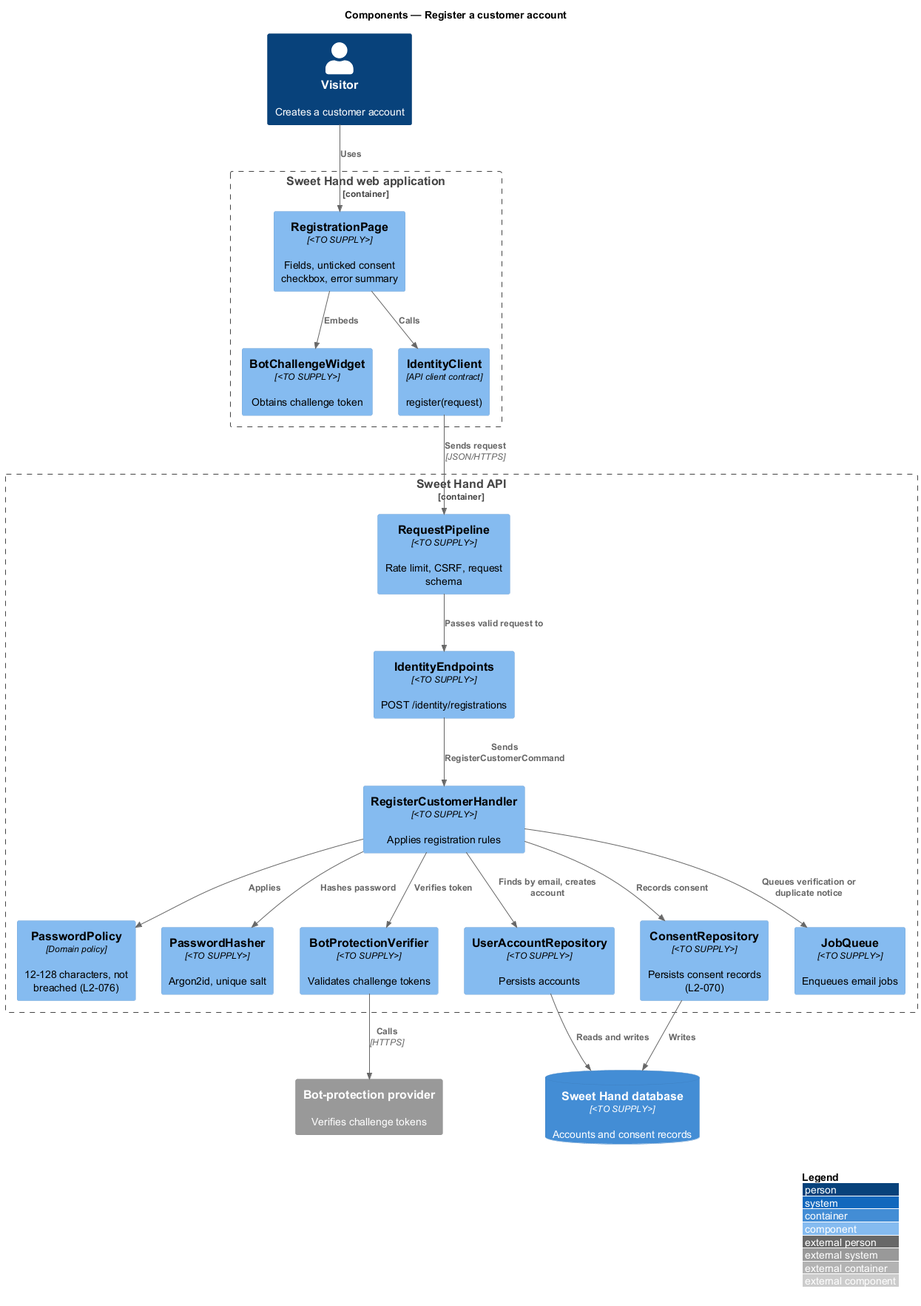
Above: docs/detailed-designs/identity-and-security/register-customer/diagrams/c4-component.png in QuinntyneBrown/sweet-hand (PlantUML), before the change.
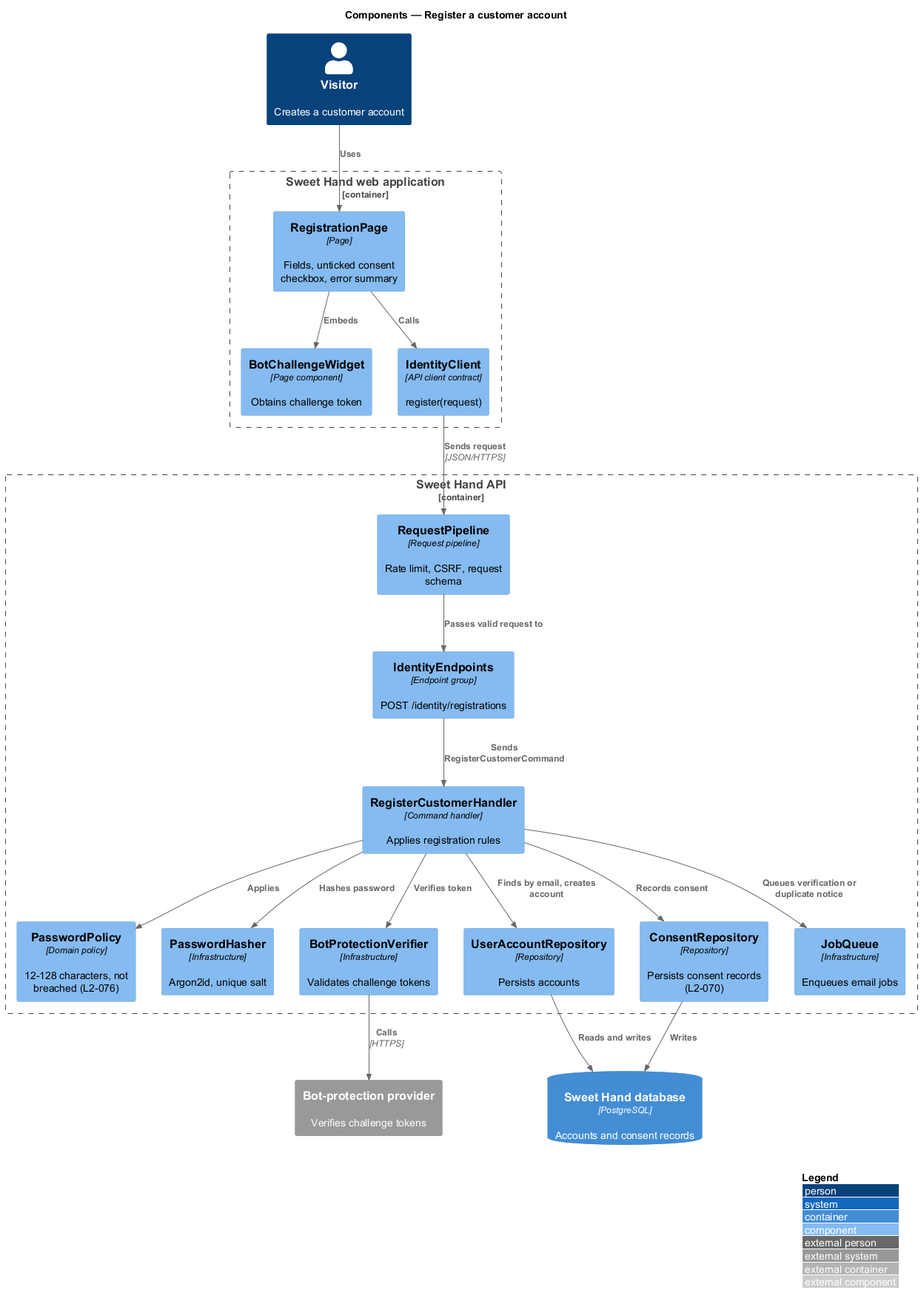
Later version of the same file.

Diff of the diagram source:
```diff
@@ -5,22 +5,22 @@
 
 Person(visitor, "Visitor", "Creates a customer account")
 Container_Boundary(web, "Sweet Hand web application") {
-  Component(page, "RegistrationPage", "<TO SUPPLY>", "Fields, unticked consent checkbox, error summary")
-  Component(widget, "BotChallengeWidget", "<TO SUPPLY>", "Obtains challenge token")
+  Component(page, "RegistrationPage", "Page", "Fields, unticked consent checkbox, error summary")
+  Component(widget, "BotChallengeWidget", "Page component", "Obtains challenge token")
   Component(client, "IdentityClient", "API client contract", "register(request)")
 }
 Container_Boundary(api, "Sweet Hand API") {
-  Component(pipeline, "RequestPipeline", "<TO SUPPLY>", "Rate limit, CSRF, request schema")
-  Component(endpoints, "IdentityEndpoints", "<TO SUPPLY>", "POST /identity/registrations")
-  Component(handler, "RegisterCustomerHandler", "<TO SUPPLY>", "Applies registration rules")
+  Component(pipeline, "RequestPipeline", "Request pipeline", "Rate limit, CSRF, request schema")
+  Component(endpoints, "IdentityEndpoints", "Endpoint group", "POST /identity/registrations")
+  Component(handler, "RegisterCustomerHandler", "Command handler", "Applies registration rules")
   Component(policy, "PasswordPolicy", "Domain policy", "12-128 characters, not breached (L2-076)")
-  Component(hasher, "PasswordHasher", "<TO SUPPLY>", "Argon2id, unique salt")
-  Component(verifier, "BotProtectionVerifier", "<TO SUPPLY>", "Validates challenge tokens")
-  Component(repo, "UserAccountRepository", "<TO SUPPLY>", "Persists accounts")
-  Component(consent, "ConsentRepository", "<TO SUPPLY>", "Persists consent records (L2-070)")
-  Component(jobs, "JobQueue", "<TO SUPPLY>", "Enqueues email jobs")
+  Component(hasher, "PasswordHasher", "Infrastructure", "Argon2id, unique salt")
+  Component(verifier, "BotProtectionVerifier", "Infrastructure", "Validates challenge tokens")
+  Component(repo, "UserAccountRepository", "Repository", "Persists accounts")
+  Component(consent, "ConsentRepository", "Repository", "Persists consent records (L2-070)")
+  Component(jobs, "JobQueue", "Infrastructure", "Enqueues email jobs")
 }
-ContainerDb(db, "Sweet Hand database", "<TO SUPPLY>", "Accounts and consent records")
+ContainerDb(db, "Sweet Hand database", "PostgreSQL", "Accounts and consent records")
 System_Ext(bot, "Bot-protection provider", "Verifies challenge tokens")
 
 Rel(visitor, page, "Uses")
```
